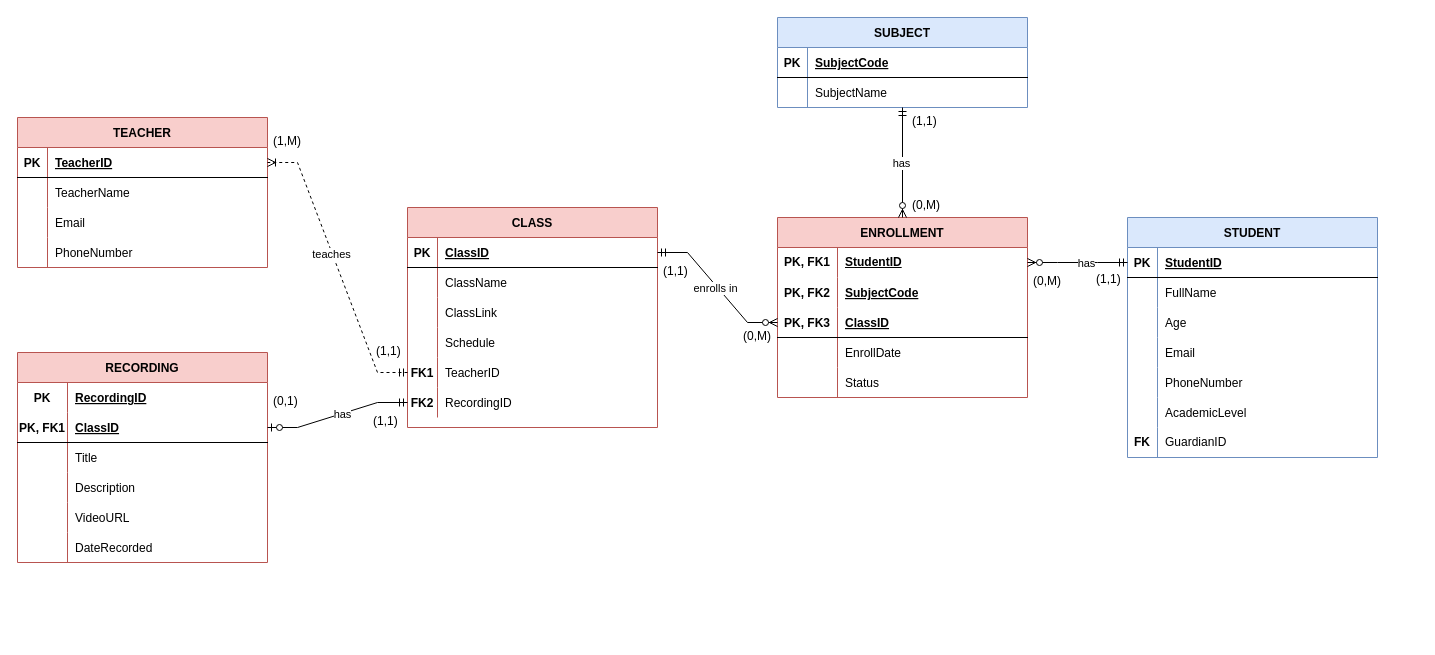
EzraChai/CMT221-Assignment keeps this draw.io diagram as CMT221_Assignment.drawio. Above is the earlier version. Source tidied: cells renumbered, new cells numbered last; positions are measured from the earlier drawing's top-left corner, leaving out a move shared by most shapes. Both pictures are drawn from the tidied source at 100%, with x=0, y=0 at pixel (17, 17).
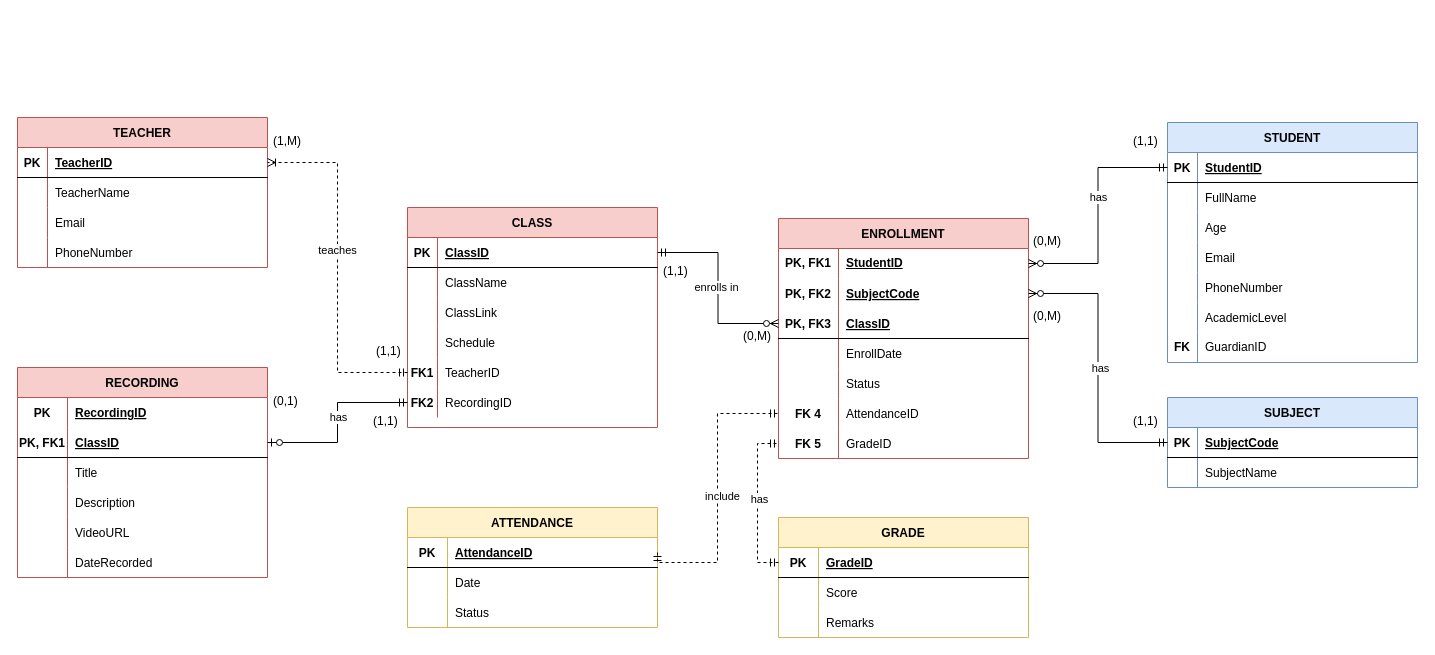
Above is the later version.

The change refers to these unchanged cells:
```xml
<mxCell id="3" style="shape=tableRow;horizontal=0;startSize=0;swimlaneHead=0;swimlaneBody=0;fillColor=none;points=[[0,0.5],[1,0.5]];portConstraint=eastwest;top=0;left=0;right=0;bottom=0;" parent="2" vertex="1">
  <mxGeometry y="30" width="250" height="30" as="geometry" />
</mxCell>
<mxCell id="6" style="shape=partialRectangle;fillColor=none;points=[[0,0.5],[1,0.5]];portConstraint=eastwest;top=0;left=0;right=0;bottom=0;" parent="2" vertex="1">
  <mxGeometry y="60" width="250" height="30" as="geometry" />
</mxCell>
<mxCell id="9" style="shape=partialRectangle;fillColor=none;points=[[0,0.5],[1,0.5]];portConstraint=eastwest;top=0;left=0;right=0;bottom=1;" parent="2" vertex="1">
  <mxGeometry y="90" width="250" height="30" as="geometry" />
</mxCell>
<mxCell id="19" style="shape=partialRectangle;fillColor=none;points=[[0,0.5],[1,0.5]];portConstraint=eastwest;top=0;left=0;right=0;bottom=1;" parent="18" vertex="1">
  <mxGeometry y="30" width="250" height="30" as="geometry" />
</mxCell>
<mxCell id="32" style="shape=partialRectangle;fillColor=none;points=[[0,0.5],[1,0.5]];portConstraint=eastwest;top=0;left=0;right=0;bottom=1;" parent="31" vertex="1">
  <mxGeometry y="30" width="250" height="30" as="geometry" />
</mxCell>
<mxCell id="44" style="shape=partialRectangle;fillColor=none;points=[[0,0.5],[1,0.5]];portConstraint=eastwest;top=0;left=0;right=0;bottom=0;" parent="31" vertex="1">
  <mxGeometry y="150" width="250" height="30" as="geometry" />
</mxCell>
<mxCell id="47" style="shape=partialRectangle;fillColor=none;points=[[0,0.5],[1,0.5]];portConstraint=eastwest;top=0;left=0;right=0;bottom=0;" parent="31" vertex="1">
  <mxGeometry y="180" width="250" height="30" as="geometry" />
</mxCell>
<mxCell id="54" style="shape=partialRectangle;fillColor=none;points=[[0,0.5],[1,0.5]];portConstraint=eastwest;top=0;left=0;right=0;bottom=1;" parent="50" vertex="1">
  <mxGeometry y="60" width="250" height="30" as="geometry" />
</mxCell>
<mxCell id="82" style="shape=partialRectangle;fillColor=none;points=[[0,0.5],[1,0.5]];portConstraint=eastwest;top=0;left=0;right=0;bottom=1;" parent="81" vertex="1">
  <mxGeometry y="30" width="250" height="30" as="geometry" />
</mxCell>
<mxCell id="108" style="shape=partialRectangle;fillColor=none;points=[[0,0.5],[1,0.5]];portConstraint=eastwest;top=0;left=0;right=0;bottom=1;" parent="107" vertex="1">
  <mxGeometry y="30" width="250" height="30" as="geometry" />
</mxCell>
```

What changed in the source:
```diff
@@
     <mxCell id="2" value="ENROLLMENT" style="shape=table;startSize=30;childLayout=tableLayout;rowLines=0;fontStyle=1;align=center;fillColor=#f8cecc;strokeColor=#b85450;" parent="1" vertex="1">
-      <mxGeometry x="760" y="200" width="250" height="180" as="geometry" />
+      <mxGeometry x="761" y="201" width="250" height="240" as="geometry" />
     </mxCell>
@@
+    <mxCell id="118" style="shape=partialRectangle;fillColor=none;points=[[0,0.5],[1,0.5]];portConstraint=eastwest;top=0;left=0;right=0;bottom=0;" parent="2" vertex="1">
+      <mxGeometry y="180" width="250" height="30" as="geometry" />
+    </mxCell>
+    <mxCell id="119" value="FK 4" style="shape=partialRectangle;overflow=hidden;fillColor=none;top=0;left=0;bottom=0;right=0;fontStyle=1;" parent="118" vertex="1">
+      <mxGeometry width="60" height="30" as="geometry" />
+    </mxCell>
+    <mxCell id="120" value="AttendanceID" style="shape=partialRectangle;overflow=hidden;fillColor=none;top=0;left=0;bottom=0;right=0;align=left;spacingLeft=6;" parent="118" vertex="1">
+      <mxGeometry x="60" width="190" height="30" as="geometry" />
+    </mxCell>
+    <mxCell id="121" style="shape=partialRectangle;fillColor=none;points=[[0,0.5],[1,0.5]];portConstraint=eastwest;top=0;left=0;right=0;bottom=0;" parent="2" vertex="1">
+      <mxGeometry y="210" width="250" height="30" as="geometry" />
+    </mxCell>
+    <mxCell id="122" value="FK 5" style="shape=partialRectangle;overflow=hidden;fillColor=none;top=0;left=0;bottom=0;right=0;fontStyle=1;" parent="121" vertex="1">
+      <mxGeometry width="60" height="30" as="geometry" />
+    </mxCell>
+    <mxCell id="123" value="GradeID" style="shape=partialRectangle;overflow=hidden;fillColor=none;top=0;left=0;bottom=0;right=0;align=left;spacingLeft=6;" parent="121" vertex="1">
+      <mxGeometry x="60" width="190" height="30" as="geometry" />
+    </mxCell>
@@
     <mxCell id="50" value="RECORDING" style="shape=table;startSize=30;childLayout=tableLayout;rowLines=0;fontStyle=1;align=center;fillColor=#f8cecc;strokeColor=#b85450;" parent="1" vertex="1">
-      <mxGeometry y="335" width="250" height="210" as="geometry" />
+      <mxGeometry y="350" width="250" height="210" as="geometry" />
     </mxCell>
@@
-    <mxCell id="75" style="edgeStyle=entityRelationEdgeStyle;fontSize=12;html=1;endArrow=ERzeroToMany;startArrow=ERmandOne;rounded=0;entryX=0;entryY=0.5;entryDx=0;entryDy=0;exitX=1;exitY=0.5;exitDx=0;exitDy=0;" parent="1" edge="1" source="32" target="9">
+    <mxCell id="75" style="edgeStyle=orthogonalEdgeStyle;fontSize=12;html=1;endArrow=ERzeroToMany;startArrow=ERmandOne;rounded=0;entryX=0;entryY=0.5;entryDx=0;entryDy=0;exitX=1;exitY=0.5;exitDx=0;exitDy=0;" parent="1" edge="1" source="32" target="9">
       <mxGeometry relative="1" as="geometry" />
     </mxCell>
@@
-    <mxCell id="77" style="edgeStyle=entityRelationEdgeStyle;fontSize=12;html=1;endArrow=ERzeroToOne;startArrow=ERmandOne;rounded=0;exitX=0;exitY=0.5;exitDx=0;exitDy=0;entryX=1;entryY=0.5;entryDx=0;entryDy=0;" parent="1" edge="1" source="47" target="54">
+    <mxCell id="77" style="edgeStyle=orthogonalEdgeStyle;fontSize=12;html=1;endArrow=ERzeroToOne;startArrow=ERmandOne;rounded=0;exitX=0;exitY=0.5;exitDx=0;exitDy=0;entryX=1;entryY=0.5;entryDx=0;entryDy=0;" parent="1" edge="1" source="47" target="54">
       <mxGeometry relative="1" as="geometry" />
     </mxCell>
@@
-    <mxCell id="79" style="edgeStyle=entityRelationEdgeStyle;fontSize=12;html=1;endArrow=ERoneToMany;startArrow=ERmandOne;rounded=0;exitX=0;exitY=0.5;exitDx=0;exitDy=0;entryX=1;entryY=0.5;entryDx=0;entryDy=0;strokeColor=default;dashed=1;" parent="1" edge="1" source="44" target="19">
+    <mxCell id="79" style="edgeStyle=orthogonalEdgeStyle;fontSize=12;html=1;endArrow=ERoneToMany;startArrow=ERmandOne;rounded=0;exitX=0;exitY=0.5;exitDx=0;exitDy=0;entryX=1;entryY=0.5;entryDx=0;entryDy=0;strokeColor=default;dashed=1;" parent="1" edge="1" source="44" target="19">
       <mxGeometry relative="1" as="geometry" />
     </mxCell>
@@
     <mxCell id="81" value="STUDENT" style="shape=table;startSize=30;childLayout=tableLayout;rowLines=0;fontStyle=1;align=center;fillColor=#dae8fc;strokeColor=#6c8ebf;" parent="1" vertex="1">
-      <mxGeometry x="1110" y="200" width="250" height="240" as="geometry" />
+      <mxGeometry x="1150" y="105" width="250" height="240" as="geometry" />
     </mxCell>
@@
-    <mxCell id="103" style="edgeStyle=entityRelationEdgeStyle;fontSize=12;html=1;endArrow=ERzeroToMany;startArrow=ERmandOne;rounded=0;entryX=1;entryY=0.5;entryDx=0;entryDy=0;exitX=0;exitY=0.5;exitDx=0;exitDy=0;" parent="1" edge="1" source="82" target="3">
+    <mxCell id="103" style="edgeStyle=orthogonalEdgeStyle;fontSize=12;html=1;endArrow=ERzeroToMany;startArrow=ERmandOne;rounded=0;entryX=1;entryY=0.5;entryDx=0;entryDy=0;exitX=0;exitY=0.5;exitDx=0;exitDy=0;" parent="1" edge="1" source="82" target="3">
       <mxGeometry relative="1" as="geometry" />
     </mxCell>
@@
     <mxCell id="105" value="(1,1)" style="text;strokeColor=none;fillColor=none;spacingLeft=4;spacingRight=4;overflow=hidden;fontSize=12;whiteSpace=wrap;html=1;" parent="1" vertex="1">
-      <mxGeometry x="1073" y="248" width="60" height="30" as="geometry" />
+      <mxGeometry x="1110" y="390" width="60" height="30" as="geometry" />
     </mxCell>
     <mxCell id="106" value="(0,M)" style="text;strokeColor=none;fillColor=none;spacingLeft=4;spacingRight=4;overflow=hidden;fontSize=12;whiteSpace=wrap;html=1;" parent="1" vertex="1">
-      <mxGeometry x="1010" y="250" width="40" height="30" as="geometry" />
+      <mxGeometry x="1010" y="210" width="40" height="30" as="geometry" />
     </mxCell>
     <mxCell id="107" value="SUBJECT" style="shape=table;startSize=30;childLayout=tableLayout;rowLines=0;fontStyle=1;align=center;fillColor=#dae8fc;strokeColor=#6c8ebf;" parent="1" vertex="1">
-      <mxGeometry x="760" width="250" height="90" as="geometry" />
+      <mxGeometry x="1150" y="380" width="250" height="90" as="geometry" />
     </mxCell>
@@
-    <mxCell id="114" style="fontSize=12;html=1;endArrow=ERzeroToMany;startArrow=ERmandOne;rounded=0;entryX=0.5;entryY=0;entryDx=0;entryDy=0;exitX=0.5;exitY=1;exitDx=0;exitDy=0;" parent="1" edge="1" source="107" target="2">
+    <mxCell id="114" style="fontSize=12;html=1;endArrow=ERzeroToMany;startArrow=ERmandOne;rounded=0;exitX=0;exitY=0.5;exitDx=0;exitDy=0;entryX=1;entryY=0.5;entryDx=0;entryDy=0;edgeStyle=orthogonalEdgeStyle;" parent="1" edge="1" source="108" target="6">
       <mxGeometry relative="1" as="geometry" />
     </mxCell>
@@
     <mxCell id="116" value="(1,1)" style="text;strokeColor=none;fillColor=none;spacingLeft=4;spacingRight=4;overflow=hidden;fontSize=12;whiteSpace=wrap;html=1;" parent="1" vertex="1">
-      <mxGeometry x="889" y="90" width="60" height="30" as="geometry" />
+      <mxGeometry x="1110" y="110" width="60" height="30" as="geometry" />
     </mxCell>
     <mxCell id="117" value="(0,M)" style="text;strokeColor=none;fillColor=none;spacingLeft=4;spacingRight=4;overflow=hidden;fontSize=12;whiteSpace=wrap;html=1;" parent="1" vertex="1">
-      <mxGeometry x="889" y="174" width="40" height="30" as="geometry" />
+      <mxGeometry x="1010" y="285" width="40" height="30" as="geometry" />
     </mxCell>
+    <mxCell id="124" value="ATTENDANCE" style="shape=table;startSize=30;childLayout=tableLayout;rowLines=0;fontStyle=1;align=center;fillColor=#fff2cc;strokeColor=#d6b656;" parent="1" vertex="1">
+      <mxGeometry x="390" y="490" width="250" height="120" as="geometry" />
+    </mxCell>
+    <mxCell id="125" style="shape=partialRectangle;fillColor=none;points=[[0,0.5],[1,0.5]];portConstraint=eastwest;top=0;left=0;right=0;bottom=1;" parent="124" vertex="1">
+      <mxGeometry y="30" width="250" height="30" as="geometry" />
+    </mxCell>
+    <mxCell id="126" value="PK" style="shape=partialRectangle;overflow=hidden;fillColor=none;top=0;left=0;bottom=0;right=0;fontStyle=1;" parent="125" vertex="1">
+      <mxGeometry width="40" height="30" as="geometry" />
+    </mxCell>
+    <mxCell id="127" value="AttendanceID" style="shape=partialRectangle;overflow=hidden;fillColor=none;top=0;left=0;bottom=0;right=0;align=left;spacingLeft=6;fontStyle=5;" parent="125" vertex="1">
+      <mxGeometry x="40" width="210" height="30" as="geometry" />
+    </mxCell>
+    <mxCell id="128" style="shape=partialRectangle;fillColor=none;top=0;left=0;right=0;bottom=0;" parent="124" vertex="1">
+      <mxGeometry y="60" width="250" height="30" as="geometry" />
+    </mxCell>
+    <mxCell id="129" style="shape=partialRectangle;overflow=hidden;fillColor=none;top=0;left=0;bottom=0;right=0;" parent="128" vertex="1">
+      <mxGeometry width="40" height="30" as="geometry" />
+    </mxCell>
+    <mxCell id="130" value="Date" style="shape=partialRectangle;overflow=hidden;fillColor=none;top=0;left=0;bottom=0;right=0;align=left;spacingLeft=6;" parent="128" vertex="1">
+      <mxGeometry x="40" width="210" height="30" as="geometry" />
+    </mxCell>
+    <mxCell id="131" style="shape=partialRectangle;fillColor=none;top=0;left=0;right=0;bottom=0;" parent="124" vertex="1">
+      <mxGeometry y="90" width="250" height="30" as="geometry" />
+    </mxCell>
+    <mxCell id="132" style="shape=partialRectangle;overflow=hidden;fillColor=none;top=0;left=0;bottom=0;right=0;" parent="131" vertex="1">
+      <mxGeometry width="40" height="30" as="geometry" />
+    </mxCell>
+    <mxCell id="133" value="Status" style="shape=partialRectangle;overflow=hidden;fillColor=none;top=0;left=0;bottom=0;right=0;align=left;spacingLeft=6;" parent="131" vertex="1">
+      <mxGeometry x="40" width="210" height="30" as="geometry" />
+    </mxCell>
+    <mxCell id="134" style="edgeStyle=orthogonalEdgeStyle;fontSize=12;html=1;endArrow=ERmandOne;startArrow=ERmandOne;rounded=0;entryX=0;entryY=0.5;entryDx=0;entryDy=0;exitX=1;exitY=0.5;exitDx=0;exitDy=0;dashed=1;" parent="1" edge="1" source="125" target="118">
+      <mxGeometry relative="1" as="geometry">
+        <Array as="points">
+          <mxPoint x="700" y="545" />
+          <mxPoint x="700" y="396" />
+        </Array>
+      </mxGeometry>
+    </mxCell>
+    <mxCell id="135" value="include" style="edgeLabel;html=1;align=center;verticalAlign=middle;" parent="134" vertex="1">
+      <mxGeometry x="-0.02" y="-4" relative="1" as="geometry" />
+    </mxCell>
+    <mxCell id="136" value="GRADE" style="shape=table;startSize=30;childLayout=tableLayout;rowLines=0;fontStyle=1;align=center;fillColor=#fff2cc;strokeColor=#d6b656;" parent="1" vertex="1">
+      <mxGeometry x="761" y="500" width="250" height="120" as="geometry" />
+    </mxCell>
+    <mxCell id="137" style="shape=partialRectangle;fillColor=none;points=[[0,0.5],[1,0.5]];portConstraint=eastwest;top=0;left=0;right=0;bottom=1;" parent="136" vertex="1">
+      <mxGeometry y="30" width="250" height="30" as="geometry" />
+    </mxCell>
+    <mxCell id="138" value="PK" style="shape=partialRectangle;overflow=hidden;fillColor=none;top=0;left=0;bottom=0;right=0;fontStyle=1;" parent="137" vertex="1">
+      <mxGeometry width="40" height="30" as="geometry" />
+    </mxCell>
+    <mxCell id="139" value="GradeID" style="shape=partialRectangle;overflow=hidden;fillColor=none;top=0;left=0;bottom=0;right=0;align=left;spacingLeft=6;fontStyle=5;" parent="137" vertex="1">
+      <mxGeometry x="40" width="210" height="30" as="geometry" />
+    </mxCell>
+    <mxCell id="140" style="shape=partialRectangle;fillColor=none;top=0;left=0;right=0;bottom=0;" parent="136" vertex="1">
+      <mxGeometry y="60" width="250" height="30" as="geometry" />
+    </mxCell>
+    <mxCell id="141" style="shape=partialRectangle;overflow=hidden;fillColor=none;top=0;left=0;bottom=0;right=0;" parent="140" vertex="1">
+      <mxGeometry width="40" height="30" as="geometry" />
+    </mxCell>
+    <mxCell id="142" value="Score" style="shape=partialRectangle;overflow=hidden;fillColor=none;top=0;left=0;bottom=0;right=0;align=left;spacingLeft=6;" parent="140" vertex="1">
+      <mxGeometry x="40" width="210" height="30" as="geometry" />
+    </mxCell>
+    <mxCell id="143" style="shape=partialRectangle;fillColor=none;top=0;left=0;right=0;bottom=0;" parent="136" vertex="1">
+      <mxGeometry y="90" width="250" height="30" as="geometry" />
+    </mxCell>
+    <mxCell id="144" style="shape=partialRectangle;overflow=hidden;fillColor=none;top=0;left=0;bottom=0;right=0;" parent="143" vertex="1">
+      <mxGeometry width="40" height="30" as="geometry" />
+    </mxCell>
+    <mxCell id="145" value="Remarks" style="shape=partialRectangle;overflow=hidden;fillColor=none;top=0;left=0;bottom=0;right=0;align=left;spacingLeft=6;" parent="143" vertex="1">
+      <mxGeometry x="40" width="210" height="30" as="geometry" />
+    </mxCell>
+    <mxCell id="146" style="edgeStyle=orthogonalEdgeStyle;fontSize=12;html=1;endArrow=ERmandOne;startArrow=ERmandOne;rounded=0;entryX=0;entryY=0.5;entryDx=0;entryDy=0;exitX=0;exitY=0.5;exitDx=0;exitDy=0;dashed=1;" parent="1" edge="1" source="137" target="121">
+      <mxGeometry relative="1" as="geometry">
+        <Array as="points">
+          <mxPoint x="740" y="545" />
+          <mxPoint x="740" y="426" />
+        </Array>
+      </mxGeometry>
+    </mxCell>
+    <mxCell id="147" value="has" style="edgeLabel;html=1;align=center;verticalAlign=middle;" parent="146" vertex="1">
+      <mxGeometry x="0.06" y="-1" relative="1" as="geometry" />
+    </mxCell>
```
